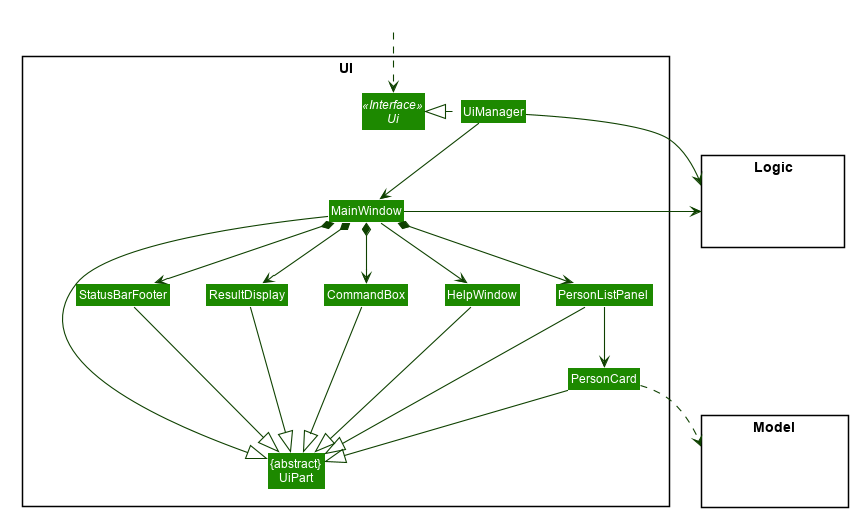
Earlier version of the PlantUML export docs/images/UiClassDiagram.png (nus-cs2103-AY2021S1/tp).
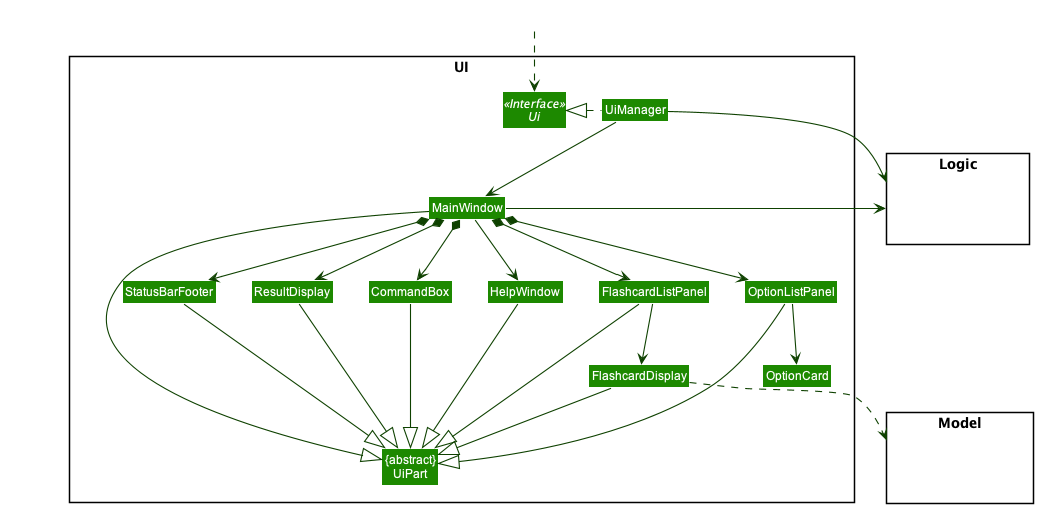
Later version of the same file.

Change to the diagram source:
```diff
@@ -1,55 +1,8 @@
 @startuml
-
-
-
-
-
-
-
-
-skinparam BackgroundColor #FFFFFFF
-
-skinparam Shadowing false
-
-skinparam Class {
-    FontColor #FFFFFF
-    BorderThickness 1
-    BorderColor #FFFFFF
-    StereotypeFontColor #FFFFFF
-    FontName Arial
-}
-
-skinparam Actor {
-    BorderColor #000000
-    Color #000000
-    FontName Arial
-}
-
-skinparam Sequence {
-    MessageAlign center
-    BoxFontSize 15
-    BoxPadding 0
-    BoxFontColor #FFFFFF
-    FontName Arial
-}
-
-skinparam Participant {
-    FontColor #FFFFFFF
-    Padding 20
-}
-
-skinparam MinClassWidth 50
-skinparam ParticipantPadding 10
-skinparam Shadowing false
-skinparam DefaultTextAlignment center
-skinparam packageStyle Rectangle
-
-hide footbox
-hide members
-hide circle
+!include style.puml
 skinparam arrowThickness 1.1
-skinparam arrowColor #0E4100
-skinparam classBackgroundColor #1D8900
+skinparam arrowColor UI_COLOR_T4
+skinparam classBackgroundColor UI_COLOR
 
 package UI <<Rectangle>>{
 Interface Ui <<Interface>>
@@ -58,10 +11,12 @@
 Class MainWindow
 Class HelpWindow
 Class ResultDisplay
-Class PersonListPanel
-Class PersonCard
+Class FlashcardListPanel
+Class FlashcardDisplay
 Class StatusBarFooter
 Class CommandBox
+Class OptionListPanel
+Class OptionCard
 }
 
 package Model <<Rectangle>> {
@@ -80,25 +35,29 @@
 MainWindow --> HelpWindow
 MainWindow *-down-> CommandBox
 MainWindow *-down-> ResultDisplay
-MainWindow *-down-> PersonListPanel
+MainWindow *-down-> FlashcardListPanel
 MainWindow *-down-> StatusBarFooter
+MainWindow *-down-> OptionListPanel
 
-PersonListPanel -down-> PersonCard
+FlashcardListPanel -down-> FlashcardDisplay
+OptionListPanel -down-> OptionCard
 
 MainWindow -left-|> UiPart
 
 ResultDisplay --|> UiPart
 CommandBox --|> UiPart
-PersonListPanel --|> UiPart
-PersonCard --|> UiPart
+FlashcardListPanel --|> UiPart
+FlashcardDisplay --|> UiPart
 StatusBarFooter --|> UiPart
 HelpWindow -down-|> UiPart
+OptionListPanel --|> UiPart
 
-PersonCard ..> Model
+FlashcardDisplay ..> Model
 UiManager -right-> Logic
 MainWindow -left-> Logic
 
-PersonListPanel -[hidden]left- HelpWindow
+OptionListPanel -[hidden]left- FlashcardListPanel
+FlashcardListPanel -[hidden]left- HelpWindow
 HelpWindow -[hidden]left- CommandBox
 CommandBox -[hidden]left- ResultDisplay
 ResultDisplay -[hidden]left- StatusBarFooter
```
